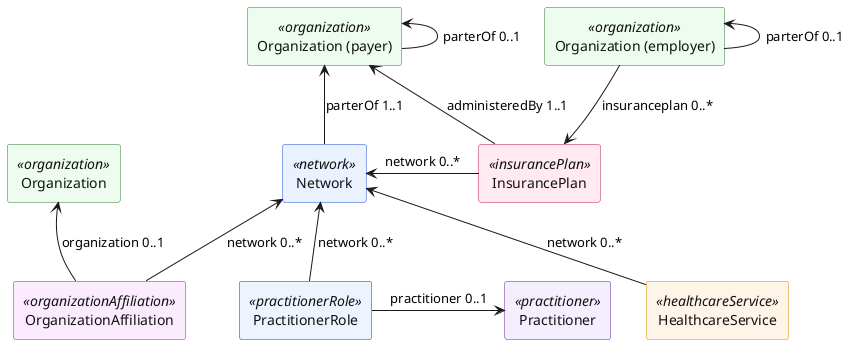
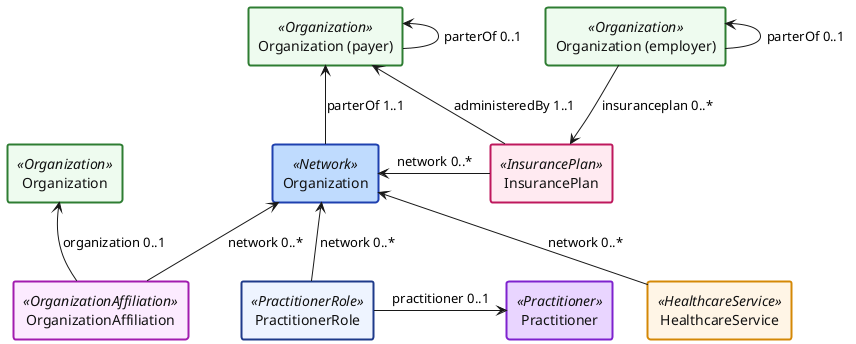
@startuml

skinparam agent {
	FontColor #111111
- 	BackgroundColor<<healthcareService>> #FFF5E6
- 	BorderColor<<healthcareService>> #D48806
- 	BackgroundColor<<insurancePlan>> #FFEAF1
- 	BorderColor<<insurancePlan>> #BE185D
- 	BackgroundColor<<network>> #EAF1FF
- 	BorderColor<<network>> #1D4ED8
- 	BackgroundColor<<organization>> #EEFBEF
- 	BorderColor<<organization>> #2E7D32
- 	BackgroundColor<<organizationAffiliation>> #FCEBFF
- 	BorderColor<<organizationAffiliation>> #A21CAF
- 	BackgroundColor<<practitioner>> #F4EEFF
- 	BorderColor<<practitioner>> #6B21A8
- 	BackgroundColor<<practitionerRole>> #EEF4FF
- 	BorderColor<<practitionerRole>> #1E3A8A
+ 	BorderThickness 2
+ 	BackgroundColor<<HealthcareService>> #FFF5E6
+ 	BorderColor<<HealthcareService>> #D48806
+ 	BackgroundColor<<InsurancePlan>> #FFEAF1
+ 	BorderColor<<InsurancePlan>> #BE185D
+ 	BackgroundColor<<Network>> #BFDBFE
+ 	BorderColor<<Network>> #1E40AF
+ 	BackgroundColor<<Organization>> #EEFBEF
+ 	BorderColor<<Organization>> #2E7D32
+ 	BackgroundColor<<OrganizationAffiliation>> #FCEBFF
+ 	BorderColor<<OrganizationAffiliation>> #A21CAF
+ 	BackgroundColor<<Practitioner>> #E9D5FF
+ 	BorderColor<<Practitioner>> #7E22CE
+ 	BackgroundColor<<PractitionerRole>> #EEF4FF
+ 	BorderColor<<PractitionerRole>> #1E3A8A
}

- agent OrganizationAffiliation as orgAff <<organizationAffiliation>>
- agent PractitionerRole as praRole <<practitionerRole>>
- agent Practitioner as practitioner <<practitioner>>
- agent "Organization (payer)" as orgpayer <<organization>>
- agent "Organization (employer)" as orgemp <<organization>>
- agent "Organization" as organization3 <<organization>>
- agent Network as network <<network>>
- agent InsurancePlan as insurance <<insurancePlan>>
- agent "HealthcareService" as healthcare <<healthcareService>>
+ agent OrganizationAffiliation as orgAff <<OrganizationAffiliation>>
+ agent PractitionerRole as praRole <<PractitionerRole>>
+ agent Practitioner as practitioner <<Practitioner>>
+ agent "Organization (payer)" as orgpayer <<Organization>>
+ agent "Organization (employer)" as orgemp <<Organization>>
+ agent "Organization" as organization3 <<Organization>>
+ agent "Organization" as network <<Network>>
+ agent InsurancePlan as insurance <<InsurancePlan>>
+ agent "HealthcareService" as healthcare <<HealthcareService>>

orgAff -up-> network: "network 0..*"
network -up-> orgpayer: "parterOf 1..1"
insurance -up-> orgpayer: "administeredBy 1..1"
praRole -up-> network: "network 0..*"
praRole -right-> practitioner: "practitioner 0..1"
insurance -left-> network: "network 0..*"
orgemp -down-> insurance: "insuranceplan 0..*"
orgpayer -up-> orgpayer: "parterOf 0..1"
orgemp -up-> orgemp: "parterOf 0..1"
orgAff -up-> organization3: "organization 0..1"
healthcare -up-> network: "network 0..*"


@enduml